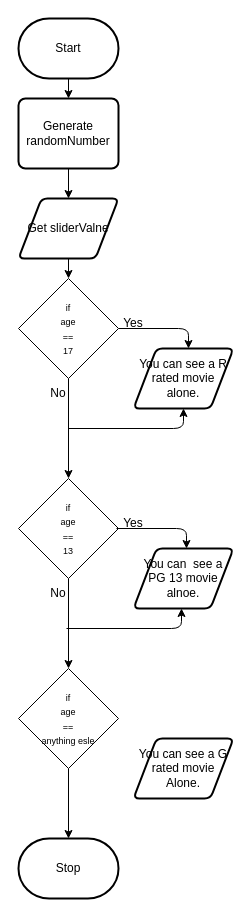
Chloe-Havel/ICS2O-Unit-5-03 keeps this draw.io diagram as design/flow-chart.drawio. Above is the earlier version. Source tidied: cells renumbered, new cells numbered last; positions are measured from the earlier drawing's top-left corner, leaving out a move shared by most shapes. Both pictures are drawn from the tidied source at 100%, with x=0, y=0 at pixel (18, 18).
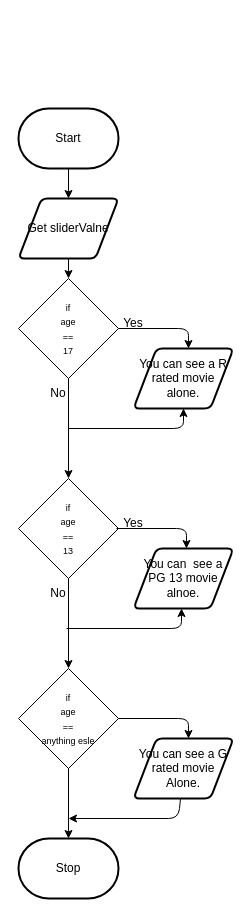
The same page after the edit.

Unchanged cells that the change refers to:
```xml
<mxCell id="5" value="Get sliderValne" style="shape=parallelogram;html=1;strokeWidth=2;perimeter=parallelogramPerimeter;whiteSpace=wrap;rounded=1;arcSize=12;size=0.23;" parent="1" vertex="1">
  <mxGeometry y="180" width="100" height="60" as="geometry" />
</mxCell>
<mxCell id="25" value="You can see a G rated movie Alone." style="shape=parallelogram;html=1;strokeWidth=2;perimeter=parallelogramPerimeter;whiteSpace=wrap;rounded=1;arcSize=12;size=0.23;" parent="1" vertex="1">
  <mxGeometry x="115" y="720" width="100" height="60" as="geometry" />
</mxCell>
```

The edit, as a diff of the source:
```diff
@@
-    <mxCell id="2" style="edgeStyle=none;html=1;entryX=0.5;entryY=0;entryDx=0;entryDy=0;" parent="1" edge="1" source="3" target="9">
-      <mxGeometry relative="1" as="geometry" />
-    </mxCell>
     <mxCell id="3" value="Start" style="strokeWidth=2;html=1;shape=mxgraph.flowchart.terminator;whiteSpace=wrap;" parent="1" vertex="1">
-      <mxGeometry width="100" height="60" as="geometry" />
+      <mxGeometry y="90" width="100" height="60" as="geometry" />
     </mxCell>
@@
-    <mxCell id="8" style="edgeStyle=none;html=1;entryX=0.5;entryY=0;entryDx=0;entryDy=0;" parent="1" edge="1" source="9" target="5">
-      <mxGeometry relative="1" as="geometry" />
+    <mxCell id="8" style="edgeStyle=none;html=1;entryX=0.5;entryY=0;entryDx=0;entryDy=0;" parent="1" edge="1" target="5">
+      <mxGeometry relative="1" as="geometry">
+        <mxPoint x="50" y="150" as="sourcePoint" />
+      </mxGeometry>
     </mxCell>
-    <mxCell id="9" value="Generate&lt;br&gt;randomNumber" style="rounded=1;whiteSpace=wrap;html=1;absoluteArcSize=1;arcSize=14;strokeWidth=2;" parent="1" vertex="1">
-      <mxGeometry y="80" width="100" height="70" as="geometry" />
-    </mxCell>
@@
+    <mxCell id="26" style="edgeStyle=none;html=1;" parent="1" edge="1" source="25">
+      <mxGeometry relative="1" as="geometry">
+        <mxPoint x="50" y="800" as="targetPoint" />
+        <Array as="points">
+          <mxPoint x="160" y="800" />
+        </Array>
+      </mxGeometry>
+    </mxCell>
@@
+    <mxCell id="27" style="edgeStyle=none;html=1;fontSize=9;" parent="1" edge="1">
+      <mxGeometry relative="1" as="geometry">
+        <mxPoint x="100" y="700" as="sourcePoint" />
+        <mxPoint x="170" y="720" as="targetPoint" />
+        <Array as="points">
+          <mxPoint x="170" y="700" />
+        </Array>
+      </mxGeometry>
+    </mxCell>
```
